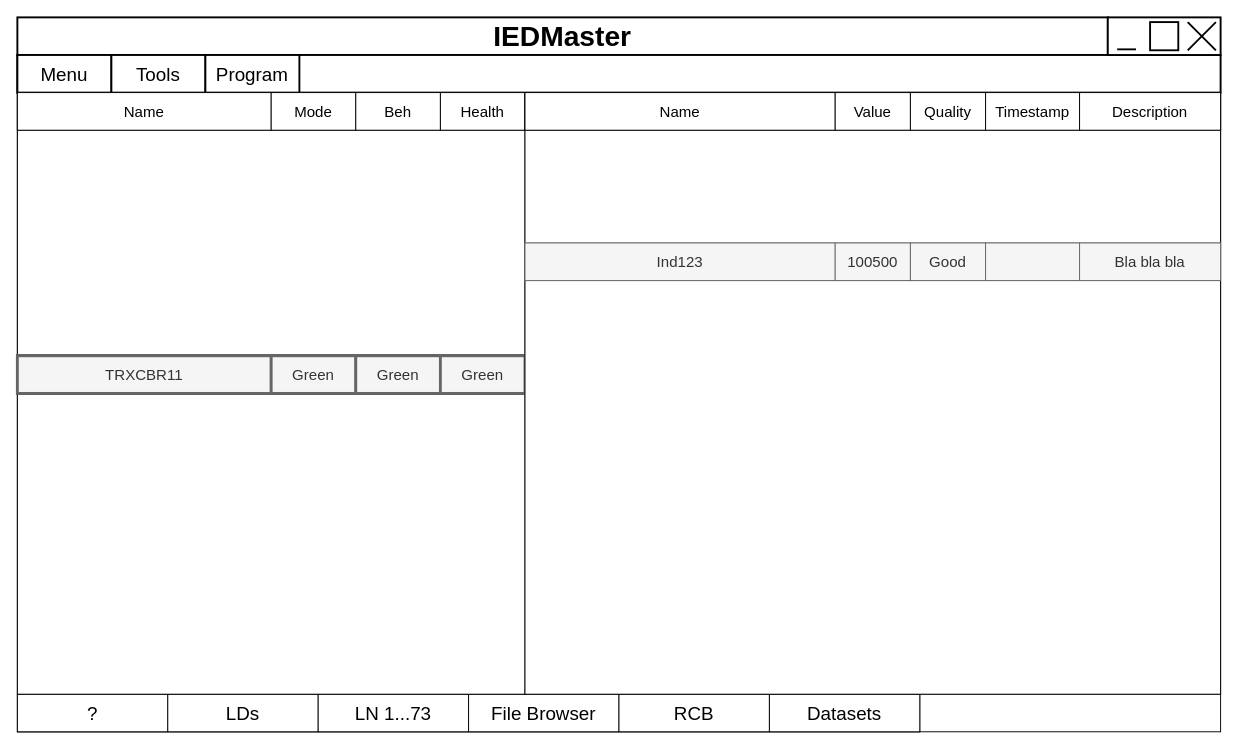
Earlier version of the draw.io diagram page "GUI Table LN" (3 of 8) of docs/Architecture.drawio (Rustam12345m/IEDClient). Source tidied: cells renumbered, new cells numbered last; positions are measured from the earlier drawing's top-left corner, leaving out a move shared by most shapes. Both pictures are drawn from the tidied source at 94%, with x=0, y=0 at pixel (17, 17).
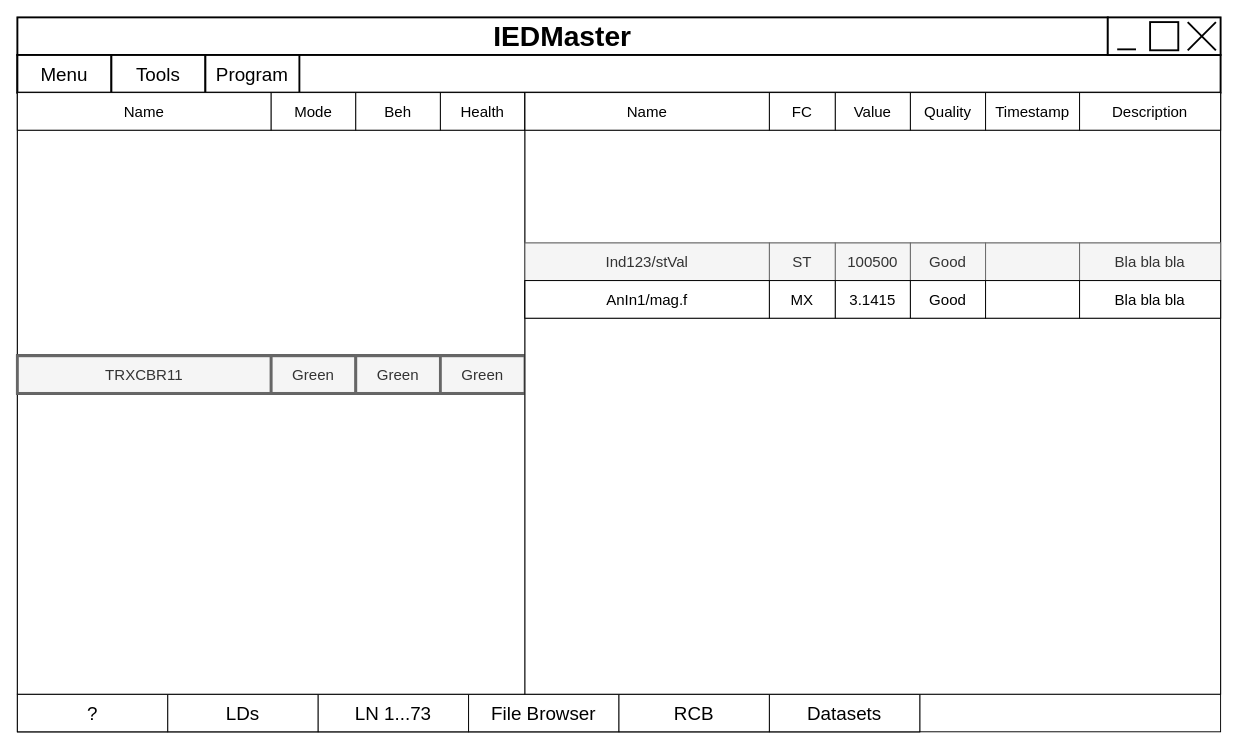
The same page after the edit.

The edit, as a diff of the source:
```diff
@@
     <mxCell id="40" value="&lt;font style=&quot;font-size: 16px;&quot;&gt;Name&lt;/font&gt;" style="rounded=0;whiteSpace=wrap;html=1;" parent="1" vertex="1">
-      <mxGeometry x="540" y="80" width="330" height="40" as="geometry" />
+      <mxGeometry x="540" y="80" width="260" height="40" as="geometry" />
     </mxCell>
@@
-    <mxCell id="46" value="Ind123" style="rounded=0;whiteSpace=wrap;html=1;fontSize=16;fillColor=#f5f5f5;fontColor=#333333;strokeColor=#666666;" parent="1" vertex="1">
-      <mxGeometry x="540" y="240" width="330" height="40" as="geometry" />
+    <mxCell id="46" value="Ind123/stVal" style="rounded=0;whiteSpace=wrap;html=1;fontSize=16;fillColor=#f5f5f5;fontColor=#333333;strokeColor=#666666;" parent="1" vertex="1">
+      <mxGeometry x="540" y="240" width="260" height="40" as="geometry" />
     </mxCell>
@@
+    <mxCell id="51" value="&lt;font style=&quot;font-size: 16px;&quot;&gt;FC&lt;/font&gt;" style="rounded=0;whiteSpace=wrap;html=1;" parent="1" vertex="1">
+      <mxGeometry x="800" y="80" width="70" height="40" as="geometry" />
+    </mxCell>
+    <mxCell id="52" value="&lt;font style=&quot;font-size: 16px;&quot;&gt;ST&lt;/font&gt;" style="rounded=0;whiteSpace=wrap;html=1;fontSize=16;fillColor=#f5f5f5;fontColor=#333333;strokeColor=#666666;" parent="1" vertex="1">
+      <mxGeometry x="800" y="240" width="70" height="40" as="geometry" />
+    </mxCell>
+    <mxCell id="53" style="rounded=0;whiteSpace=wrap;html=1;fontSize=16;" parent="1" vertex="1">
+      <mxGeometry x="540" y="280" width="740" height="40" as="geometry" />
+    </mxCell>
+    <mxCell id="54" value="AnIn1/mag.f" style="rounded=0;whiteSpace=wrap;html=1;fontSize=16;" parent="1" vertex="1">
+      <mxGeometry x="540" y="280" width="260" height="40" as="geometry" />
+    </mxCell>
+    <mxCell id="55" value="&lt;font style=&quot;font-size: 16px;&quot;&gt;3.1415&lt;/font&gt;" style="rounded=0;whiteSpace=wrap;html=1;fontSize=16;" parent="1" vertex="1">
+      <mxGeometry x="870" y="280" width="80" height="40" as="geometry" />
+    </mxCell>
+    <mxCell id="56" value="&lt;font style=&quot;font-size: 16px;&quot;&gt;Good&lt;/font&gt;" style="rounded=0;whiteSpace=wrap;html=1;fontSize=16;" parent="1" vertex="1">
+      <mxGeometry x="950" y="280" width="80" height="40" as="geometry" />
+    </mxCell>
+    <mxCell id="57" style="rounded=0;whiteSpace=wrap;html=1;fontSize=16;" parent="1" vertex="1">
+      <mxGeometry x="1030" y="280" width="100" height="40" as="geometry" />
+    </mxCell>
+    <mxCell id="58" value="&lt;font style=&quot;font-size: 16px;&quot;&gt;Bla bla bla&lt;/font&gt;" style="rounded=0;whiteSpace=wrap;html=1;fontSize=16;" parent="1" vertex="1">
+      <mxGeometry x="1130" y="280" width="150" height="40" as="geometry" />
+    </mxCell>
+    <mxCell id="59" value="&lt;font style=&quot;font-size: 16px;&quot;&gt;MX&lt;/font&gt;" style="rounded=0;whiteSpace=wrap;html=1;fontSize=16;" parent="1" vertex="1">
+      <mxGeometry x="800" y="280" width="70" height="40" as="geometry" />
+    </mxCell>
```
